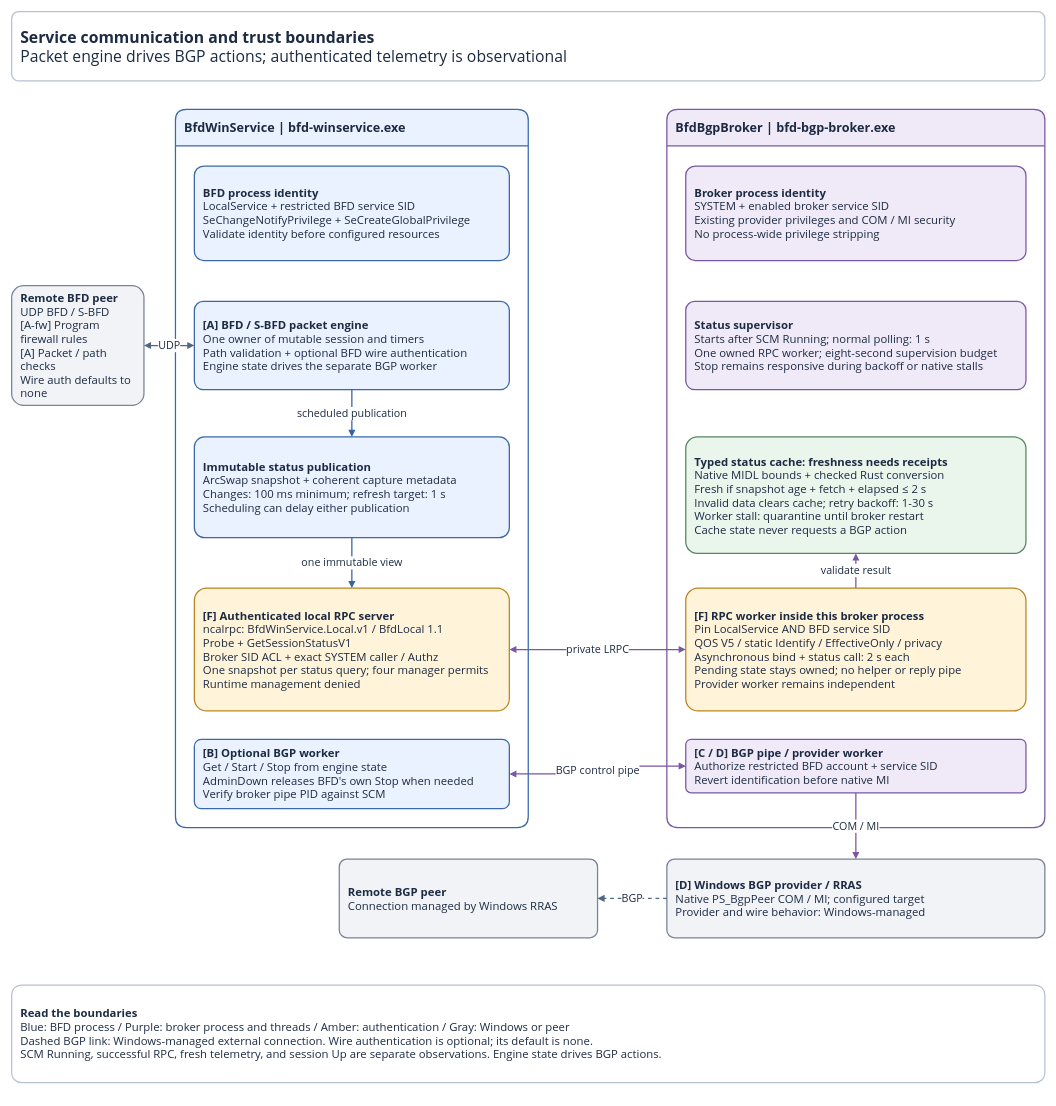
The draw.io diagram page "1 Runtime boundaries" (1 of 3) of docs/service-communication.drawio in miketheitguy/bfd-winservice, before the edit. Source tidied: cells renumbered, new cells numbered last; positions are measured from the earlier drawing's top-left corner, leaving out a move shared by most shapes. Both pictures are drawn from the tidied source at 63%, with x=0, y=0 at pixel (11, 11).
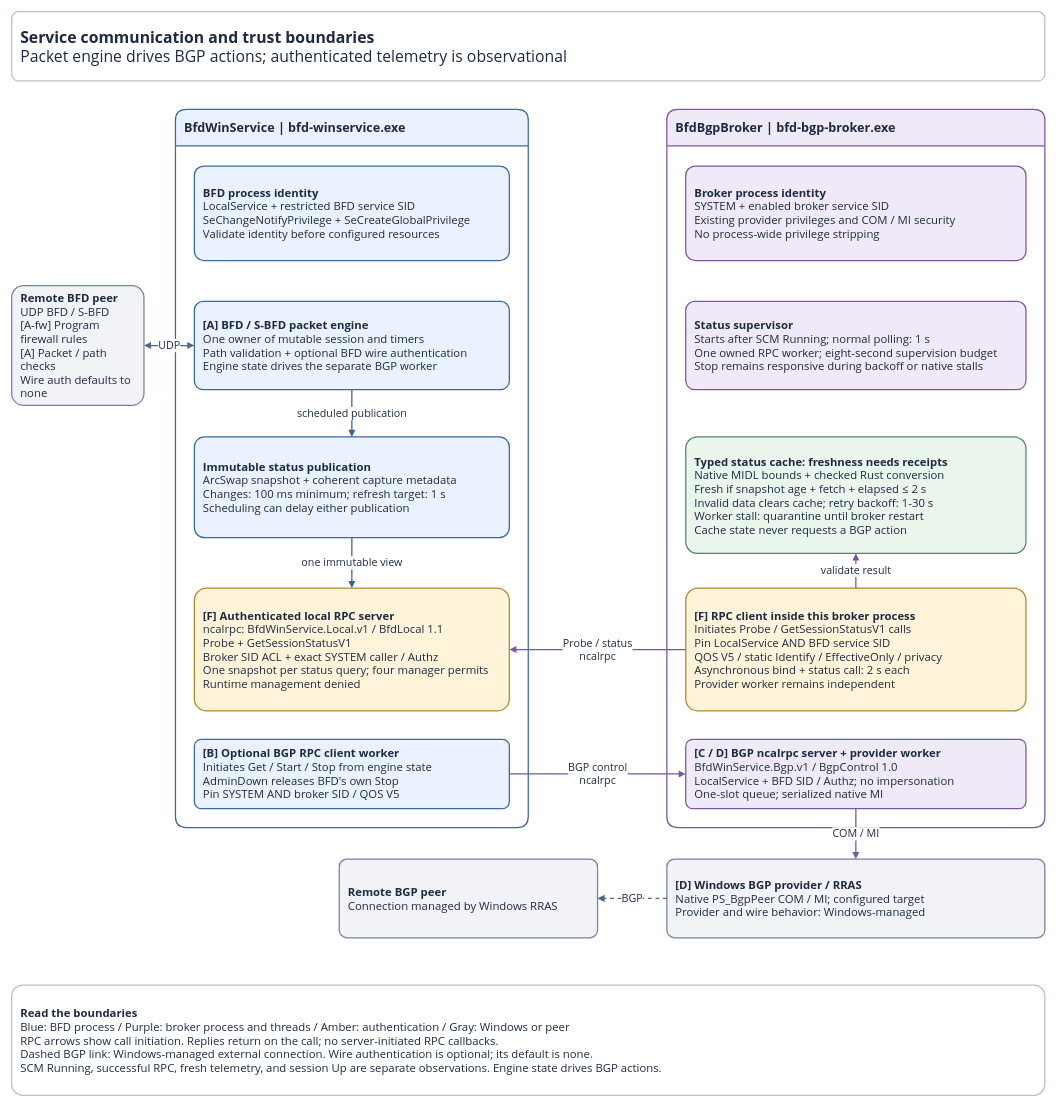
The same diagram, later.

Unchanged cells that the change refers to:
```xml
<mxCell id="3" value="&lt;b&gt;BfdWinService | bfd-winservice.exe&lt;/b&gt;" style="rounded=1;arcSize=10;whiteSpace=wrap;html=1;fillColor=#EAF2FF;strokeColor=#3A69A6;strokeWidth=2;fontFamily=Segoe UI;fontSize=20;fontColor=#1C2B43;spacing=14;align=left;verticalAlign=middle;shape=swimlane;startSize=58;horizontal=1;swimlaneLine=1;" parent="1" vertex="1">
  <mxGeometry x="260" y="155" width="560" height="1140" as="geometry" />
</mxCell>
<mxCell id="4" value="&lt;b&gt;BfdBgpBroker | bfd-bgp-broker.exe&lt;/b&gt;" style="rounded=1;arcSize=10;whiteSpace=wrap;html=1;fillColor=#F0EAF8;strokeColor=#7957A2;strokeWidth=2;fontFamily=Segoe UI;fontSize=20;fontColor=#1C2B43;spacing=14;align=left;verticalAlign=middle;shape=swimlane;startSize=58;horizontal=1;swimlaneLine=1;" parent="1" vertex="1">
  <mxGeometry x="1040" y="155" width="600" height="1140" as="geometry" />
</mxCell>
<mxCell id="8" value="&lt;b&gt;[F] Authenticated local RPC server&lt;/b&gt;&lt;br&gt;ncalrpc: BfdWinService.Local.v1 / BfdLocal 1.1&lt;br&gt;Probe + GetSessionStatusV1&lt;br&gt;Broker SID ACL + exact SYSTEM caller / Authz&lt;br&gt;One snapshot per status query; four manager permits&lt;br&gt;Runtime management denied" style="rounded=1;arcSize=10;whiteSpace=wrap;html=1;fillColor=#FFF4D9;strokeColor=#B98521;strokeWidth=2;fontFamily=Segoe UI;fontSize=18;fontColor=#1C2B43;spacing=14;align=left;verticalAlign=middle;" parent="3" vertex="1">
  <mxGeometry x="30" y="760" width="500" height="195" as="geometry" />
</mxCell>
```

Diff of the diagram source:
```diff
@@
-    <mxCell id="9" value="&lt;b&gt;[B] Optional BGP worker&lt;/b&gt;&lt;br&gt;Get / Start / Stop from engine state&lt;br&gt;AdminDown releases BFD's own Stop when needed&lt;br&gt;Verify broker pipe PID against SCM" style="rounded=1;arcSize=10;whiteSpace=wrap;html=1;fillColor=#EAF2FF;strokeColor=#3A69A6;strokeWidth=2;fontFamily=Segoe UI;fontSize=18;fontColor=#1C2B43;spacing=14;align=left;verticalAlign=middle;" parent="3" vertex="1">
+    <mxCell id="9" value="&lt;b&gt;[B] Optional BGP RPC client worker&lt;/b&gt;&lt;br&gt;Initiates Get / Start / Stop from engine state&lt;br&gt;AdminDown releases BFD's own Stop&lt;br&gt;Pin SYSTEM AND broker SID / QOS V5" style="rounded=1;arcSize=10;whiteSpace=wrap;html=1;fillColor=#EAF2FF;strokeColor=#3A69A6;strokeWidth=2;fontFamily=Segoe UI;fontSize=18;fontColor=#1C2B43;spacing=14;align=left;verticalAlign=middle;" parent="3" vertex="1">
       <mxGeometry x="30" y="1000" width="500" height="110" as="geometry" />
     </mxCell>
@@
-    <mxCell id="13" value="&lt;b&gt;[F] RPC worker inside this broker process&lt;/b&gt;&lt;br&gt;Pin LocalService AND BFD service SID&lt;br&gt;QOS V5 / static Identify / EffectiveOnly / privacy&lt;br&gt;Asynchronous bind + status call: 2 s each&lt;br&gt;Pending state stays owned; no helper or reply pipe&lt;br&gt;Provider worker remains independent" style="rounded=1;arcSize=10;whiteSpace=wrap;html=1;fillColor=#FFF4D9;strokeColor=#B98521;strokeWidth=2;fontFamily=Segoe UI;fontSize=18;fontColor=#1C2B43;spacing=14;align=left;verticalAlign=middle;" parent="4" vertex="1">
+    <mxCell id="13" value="&lt;b&gt;[F] RPC client inside this broker process&lt;/b&gt;&lt;br&gt;Initiates Probe / GetSessionStatusV1 calls&lt;br&gt;Pin LocalService AND BFD service SID&lt;br&gt;QOS V5 / static Identify / EffectiveOnly / privacy&lt;br&gt;Asynchronous bind + status call: 2 s each&lt;br&gt;Provider worker remains independent" style="rounded=1;arcSize=10;whiteSpace=wrap;html=1;fillColor=#FFF4D9;strokeColor=#B98521;strokeWidth=2;fontFamily=Segoe UI;fontSize=18;fontColor=#1C2B43;spacing=14;align=left;verticalAlign=middle;" parent="4" vertex="1">
       <mxGeometry x="30" y="760" width="540" height="195" as="geometry" />
     </mxCell>
-    <mxCell id="14" value="&lt;b&gt;[C / D] BGP pipe / provider worker&lt;/b&gt;&lt;br&gt;Authorize restricted BFD account + service SID&lt;br&gt;Revert identification before native MI" style="rounded=1;arcSize=10;whiteSpace=wrap;html=1;fillColor=#F0EAF8;strokeColor=#7957A2;strokeWidth=2;fontFamily=Segoe UI;fontSize=18;fontColor=#1C2B43;spacing=14;align=left;verticalAlign=middle;" parent="4" vertex="1">
-      <mxGeometry x="30" y="1000" width="540" height="85" as="geometry" />
+    <mxCell id="14" value="&lt;b&gt;[C / D] BGP ncalrpc server + provider worker&lt;/b&gt;&lt;br&gt;BfdWinService.Bgp.v1 / BgpControl 1.0&lt;br&gt;LocalService + BFD SID / Authz; no impersonation&lt;br&gt;One-slot queue; serialized native MI" style="rounded=1;arcSize=10;whiteSpace=wrap;html=1;fillColor=#F0EAF8;strokeColor=#7957A2;strokeWidth=2;fontFamily=Segoe UI;fontSize=18;fontColor=#1C2B43;spacing=14;align=left;verticalAlign=middle;" parent="4" vertex="1">
+      <mxGeometry x="30" y="1000" width="540" height="110" as="geometry" />
     </mxCell>
@@
-    <mxCell id="21" value="private LRPC" style="edgeStyle=orthogonalEdgeStyle;rounded=1;html=1;strokeColor=#7957A2;strokeWidth=2;endArrow=block;endFill=1;fontFamily=Segoe UI;fontSize=17;fontColor=#1C2B43;labelBackgroundColor=#FFFFFF;spacing=6;jettySize=auto;startArrow=block;startFill=1;" parent="1" edge="1" source="13" target="8">
+    <mxCell id="21" value="Probe / status&lt;br&gt;ncalrpc" style="edgeStyle=orthogonalEdgeStyle;rounded=1;html=1;strokeColor=#7957A2;strokeWidth=2;endArrow=block;endFill=1;fontFamily=Segoe UI;fontSize=17;fontColor=#1C2B43;labelBackgroundColor=#FFFFFF;spacing=6;jettySize=auto;startArrow=none;" parent="1" edge="1" source="13" target="8">
       <mxGeometry relative="1" as="geometry" />
     </mxCell>
@@
-    <mxCell id="23" value="BGP control pipe" style="edgeStyle=orthogonalEdgeStyle;rounded=1;html=1;strokeColor=#7957A2;strokeWidth=2;endArrow=block;endFill=1;fontFamily=Segoe UI;fontSize=17;fontColor=#1C2B43;labelBackgroundColor=#FFFFFF;spacing=6;jettySize=auto;startArrow=block;startFill=1;" parent="1" edge="1" source="9" target="14">
+    <mxCell id="23" value="BGP control&lt;br&gt;ncalrpc" style="edgeStyle=orthogonalEdgeStyle;rounded=1;html=1;strokeColor=#7957A2;strokeWidth=2;endArrow=block;endFill=1;fontFamily=Segoe UI;fontSize=17;fontColor=#1C2B43;labelBackgroundColor=#FFFFFF;spacing=6;jettySize=auto;startArrow=none;" parent="1" edge="1" source="9" target="14">
       <mxGeometry relative="1" as="geometry" />
     </mxCell>
@@
-    <mxCell id="26" value="&lt;b&gt;Read the boundaries&lt;/b&gt;&lt;br&gt;Blue: BFD process / Purple: broker process and threads / Amber: authentication / Gray: Windows or peer&lt;br&gt;Dashed BGP link: Windows-managed external connection. Wire authentication is optional; its default is none.&lt;br&gt;SCM Running, successful RPC, fresh telemetry, and session Up are separate observations. Engine state drives BGP actions." style="rounded=1;arcSize=10;whiteSpace=wrap;html=1;fillColor=#FFFFFF;strokeColor=#B8C2D0;strokeWidth=2;fontFamily=Segoe UI;fontSize=18;fontColor=#1C2B43;spacing=14;align=left;verticalAlign=middle;" parent="1" vertex="1">
-      <mxGeometry y="1545" width="1640" height="155" as="geometry" />
+    <mxCell id="26" value="&lt;b&gt;Read the boundaries&lt;/b&gt;&lt;br&gt;Blue: BFD process / Purple: broker process and threads / Amber: authentication / Gray: Windows or peer&lt;br&gt;RPC arrows show call initiation. Replies return on the call; no server-initiated RPC callbacks.&lt;br&gt;Dashed BGP link: Windows-managed external connection. Wire authentication is optional; its default is none.&lt;br&gt;SCM Running, successful RPC, fresh telemetry, and session Up are separate observations. Engine state drives BGP actions." style="rounded=1;arcSize=10;whiteSpace=wrap;html=1;fillColor=#FFFFFF;strokeColor=#B8C2D0;strokeWidth=2;fontFamily=Segoe UI;fontSize=18;fontColor=#1C2B43;spacing=14;align=left;verticalAlign=middle;" parent="1" vertex="1">
+      <mxGeometry y="1545" width="1640" height="175" as="geometry" />
     </mxCell>
```
